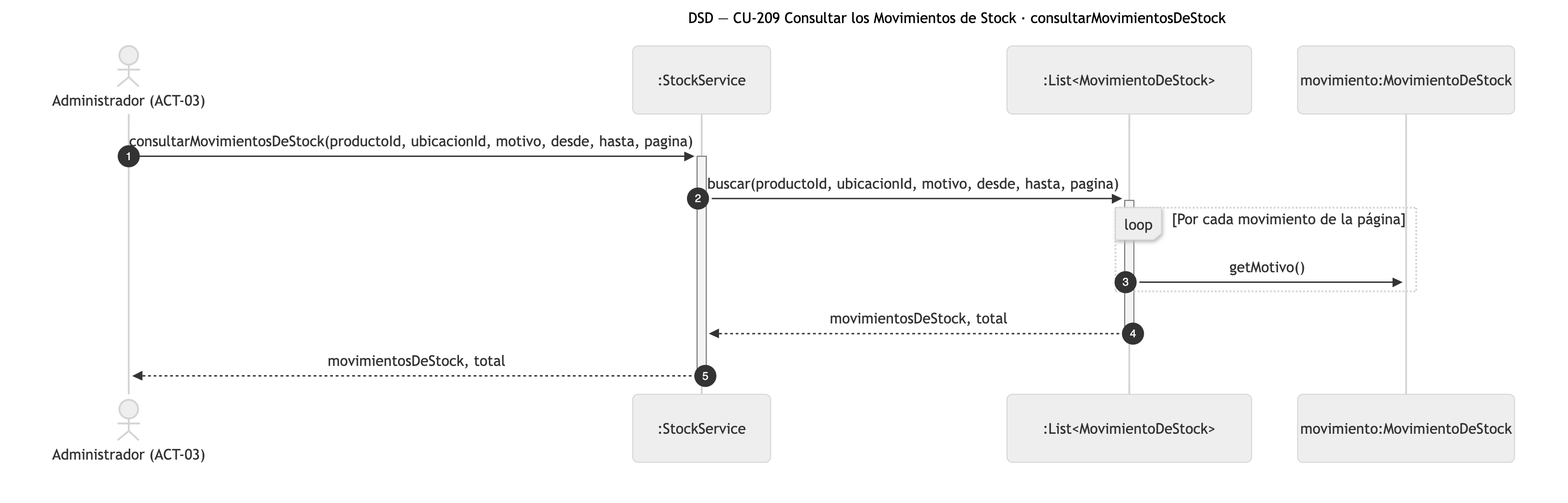
Before: diagramas/png/DSD_CU-209_consultarMovimientosDeStock.png, a diagram exported from Mermaid (Nahuelito-Dev/splg-docs). Its source is kept beside it as diagramas/DSD_CU-209_consultarMovimientosDeStock.mmd.
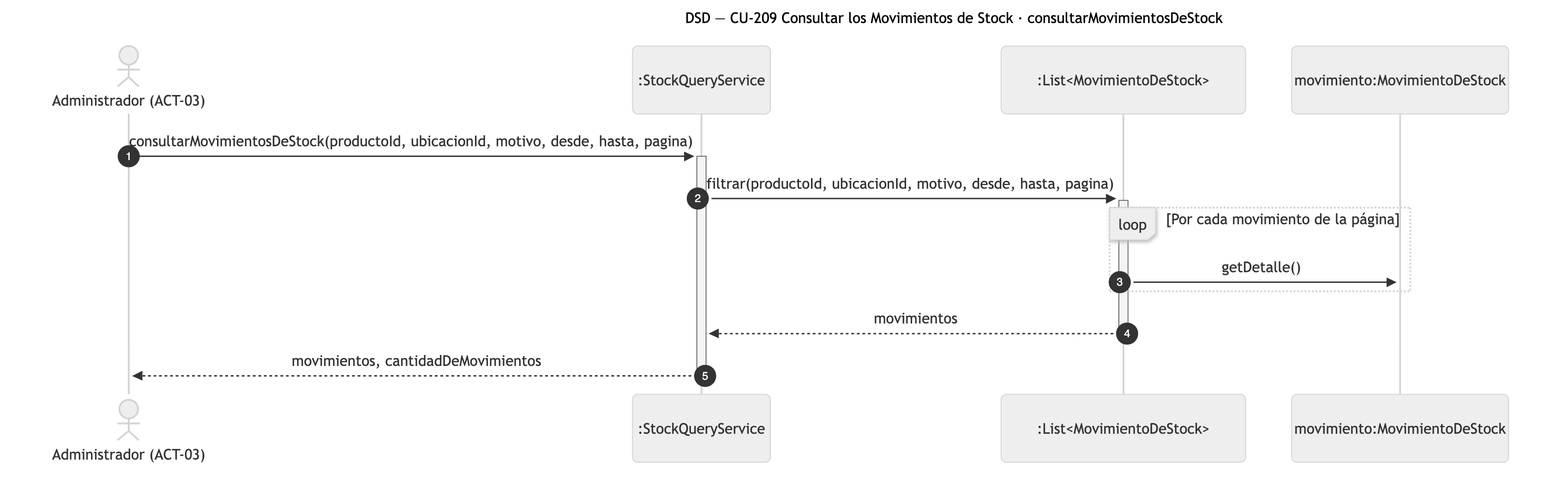
Above is the later version.

What changed in the source:
```diff
@@ -2,14 +2,14 @@
     title DSD — CU-209 Consultar los Movimientos de Stock · consultarMovimientosDeStock
     autonumber
     actor ADM as Administrador (ACT-03)
-    participant SRV as :StockService
-    participant MOVS as :List#lt;MovimientoDeStock#gt;
+    participant SRV as :StockQueryService
+    participant LIB as :List#lt;MovimientoDeStock#gt;
     participant MOV as movimiento:MovimientoDeStock
 
     ADM->>+SRV: consultarMovimientosDeStock(productoId, ubicacionId, motivo, desde, hasta, pagina)
-    SRV->>+MOVS: buscar(productoId, ubicacionId, motivo, desde, hasta, pagina)
+    SRV->>+LIB: filtrar(productoId, ubicacionId, motivo, desde, hasta, pagina)
     loop Por cada movimiento de la página
-        MOVS->>MOV: getMotivo()
+        LIB->>MOV: getDetalle()
     end
-    MOVS-->>-SRV: movimientosDeStock, total
-    SRV-->>-ADM: movimientosDeStock, total
+    LIB-->>-SRV: movimientos
+    SRV-->>-ADM: movimientos, cantidadDeMovimientos
```
